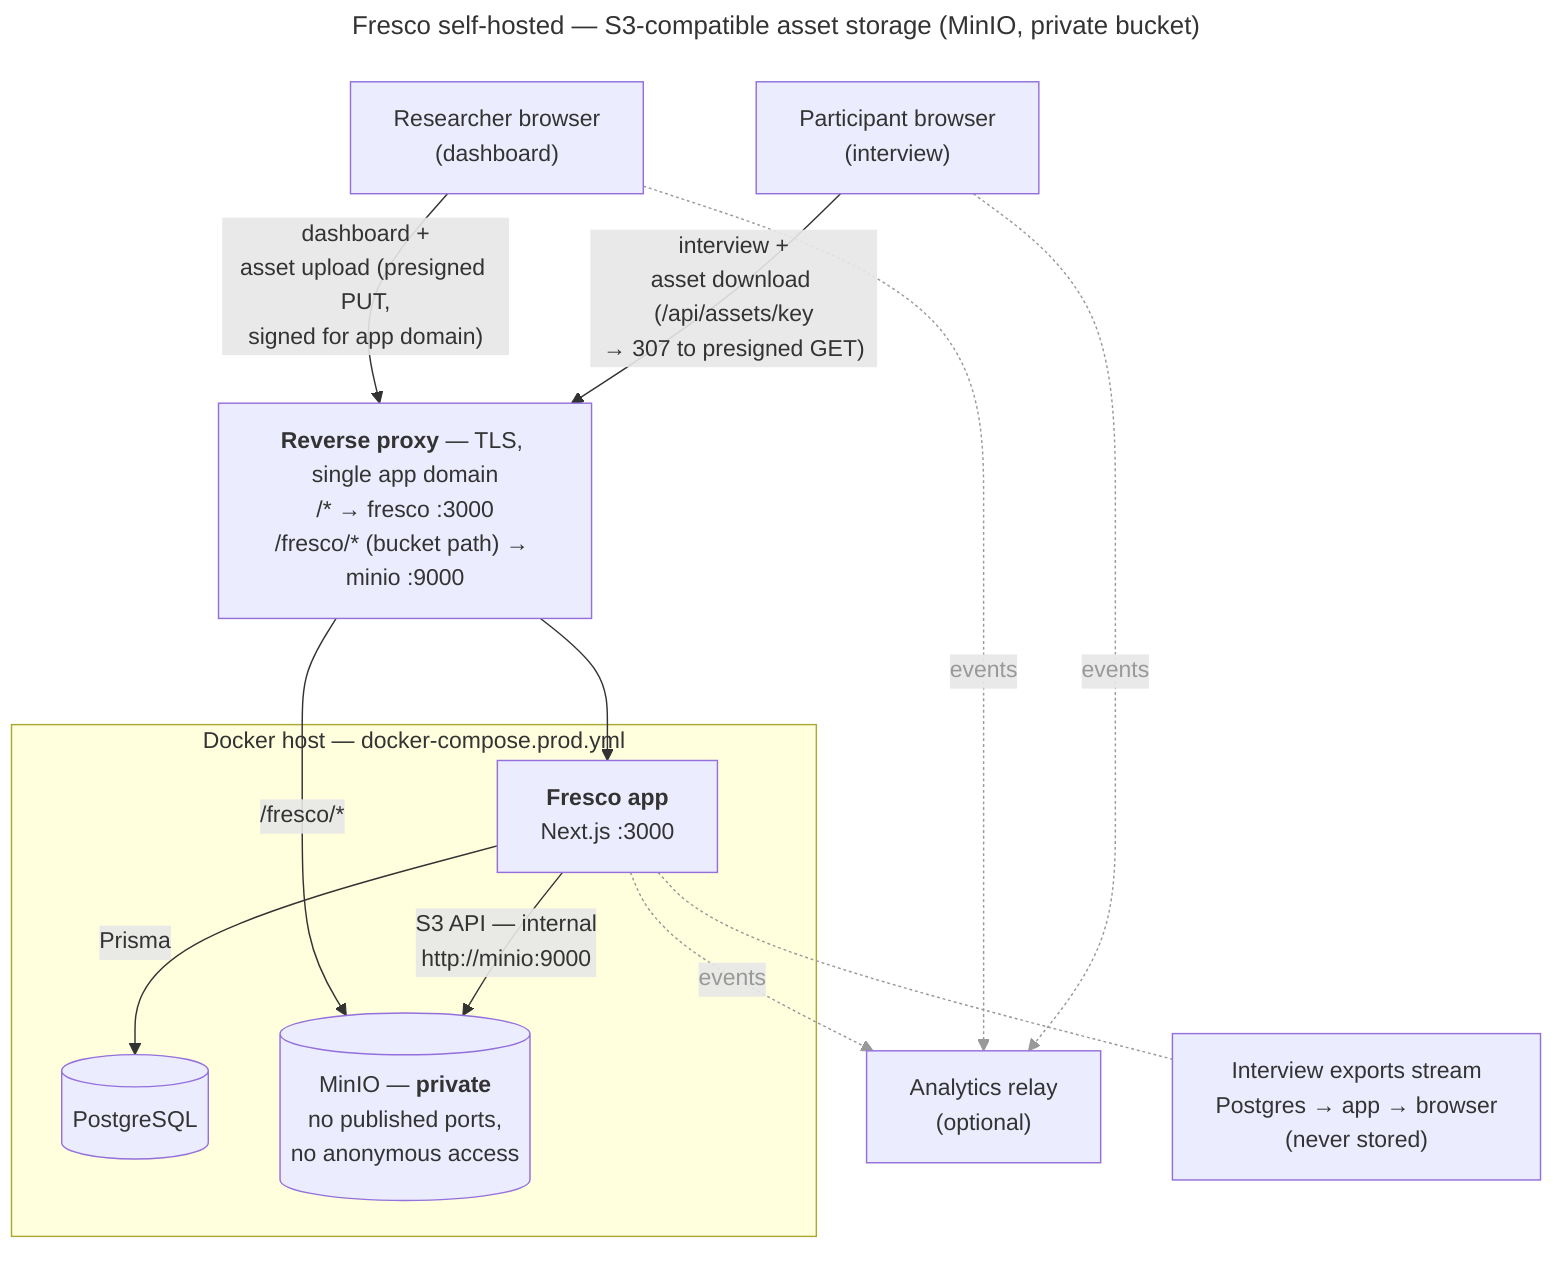
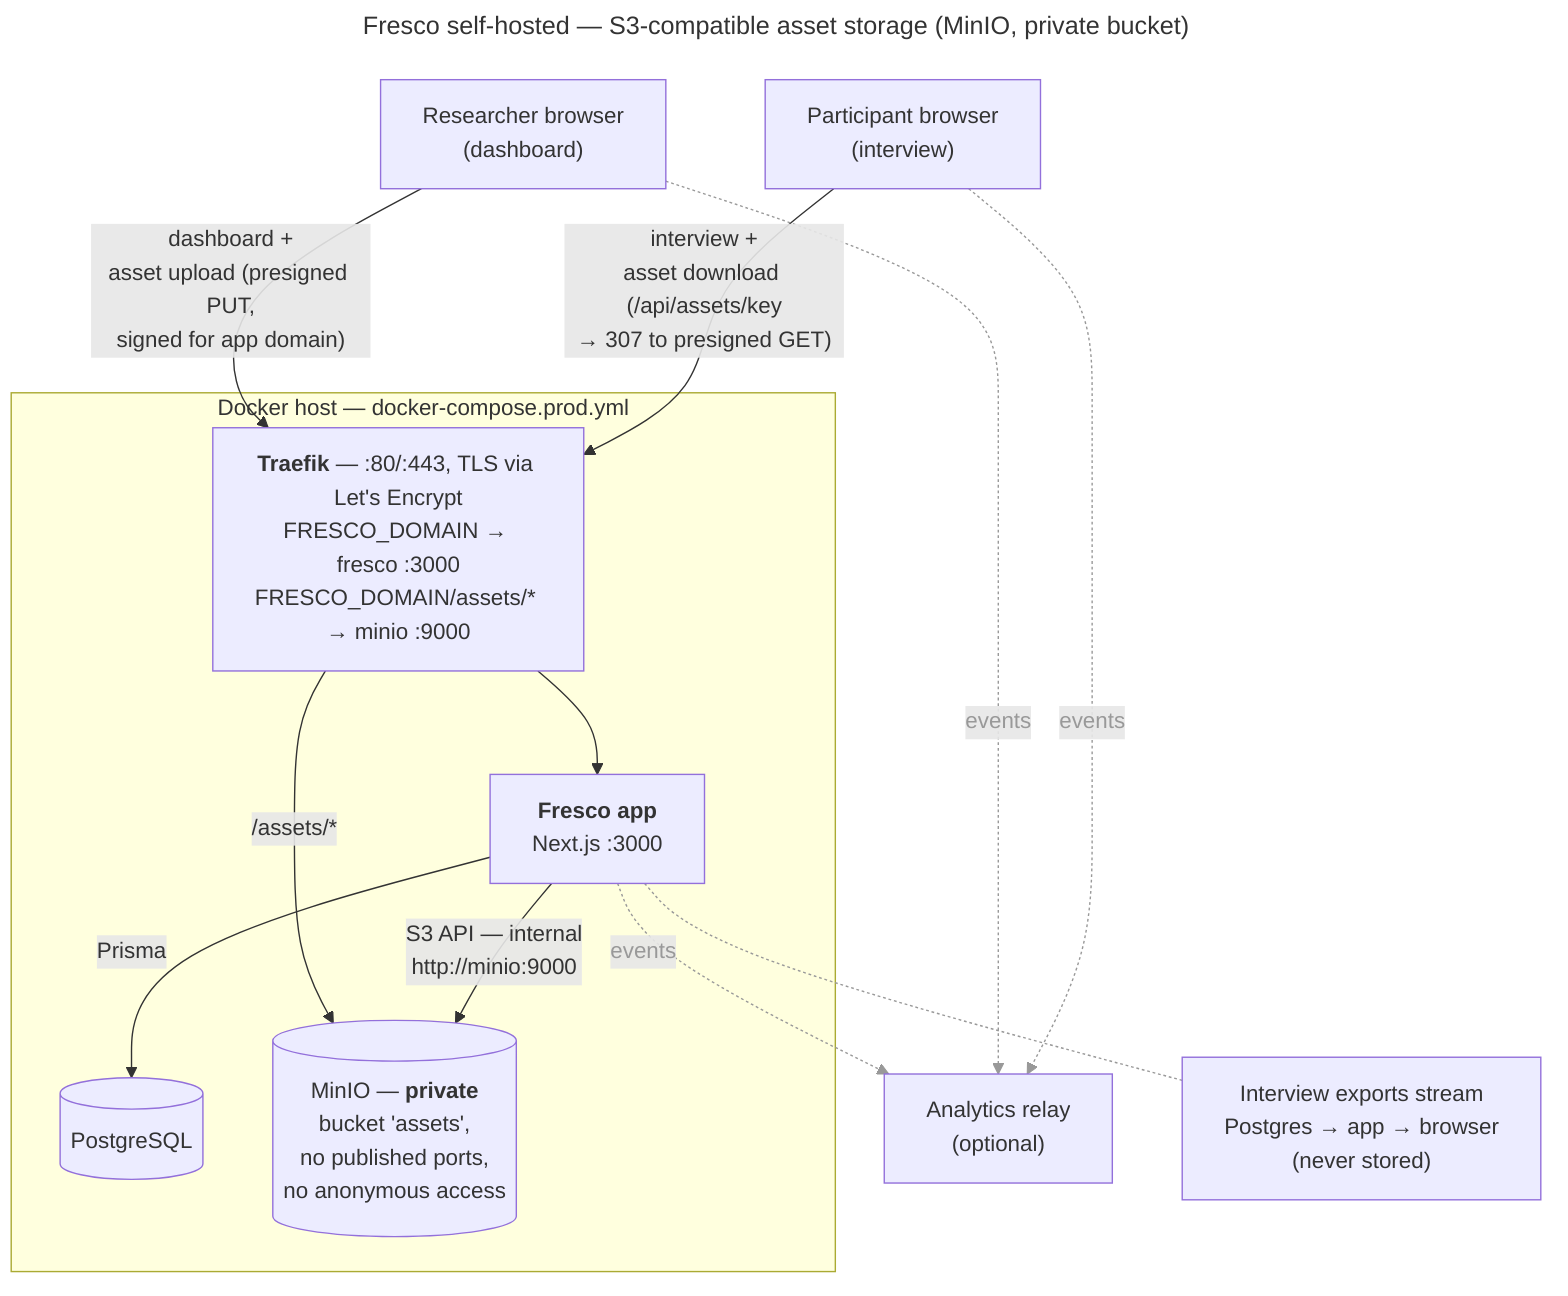
---
title: "Fresco self-hosted — S3-compatible asset storage (MinIO, private bucket)"
---
flowchart TB
    admin["Researcher browser<br/>(dashboard)"]
    participant["Participant browser<br/>(interview)"]

-     proxy["<b>Reverse proxy</b> — TLS, single app domain<br/>/* → fresco :3000<br/>/fresco/* (bucket path) → minio :9000"]
- 
    subgraph host["Docker host — docker-compose.prod.yml"]
+         proxy["<b>Traefik</b> — :80/:443, TLS via Let's Encrypt<br/>FRESCO_DOMAIN → fresco :3000<br/>FRESCO_DOMAIN/assets/* → minio :9000"]
        fresco["<b>Fresco app</b><br/>Next.js :3000"]
        postgres[("PostgreSQL")]
-         minio[("MinIO — <b>private</b><br/>no published ports,<br/>no anonymous access")]
+         minio[("MinIO — <b>private</b><br/>bucket 'assets',<br/>no published ports,<br/>no anonymous access")]
    end

    ph["Analytics relay<br/>(optional)"]
    exports["Interview exports stream<br/>Postgres → app → browser<br/>(never stored)"]

    admin -->|"dashboard +<br/>asset upload (presigned PUT,<br/>signed for app domain)"| proxy
    participant -->|"interview +<br/>asset download (/api/assets/key<br/>→ 307 to presigned GET)"| proxy
    proxy --> fresco
-     proxy -->|"/fresco/*"| minio
+     proxy -->|"/assets/*"| minio
    fresco -->|"Prisma"| postgres
    fresco -->|"S3 API — internal<br/>http://minio:9000"| minio
    admin -.->|"events"| ph
    participant -.->|"events"| ph
    fresco -.->|"events"| ph
    fresco -.- exports

    linkStyle 6,7,8,9 stroke:#999,color:#999
